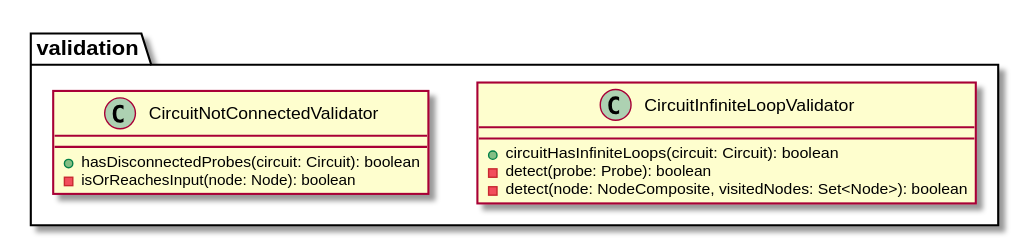
Before: docs/diagrams/build/dkdCoreValidation.svg, a diagram exported from PlantUML (stevenliebregt/avans-dp1-sirkwie). Source of this version:
```plantuml
@startuml

package validation {
    class CircuitInfiniteLoopValidator {
        +circuitHasInfiniteLoops(circuit: Circuit): boolean
        -detect(probe: Probe): boolean
        -detect(node: NodeComposite, visitedNodes: Set<Node>): boolean
    }

    class CircuitNotConnectedValidator {
        +hasDisconnectedProbes(circuit: Circuit): boolean
        -isOrReachesInput(node: Node): boolean
    }
}

@enduml
```
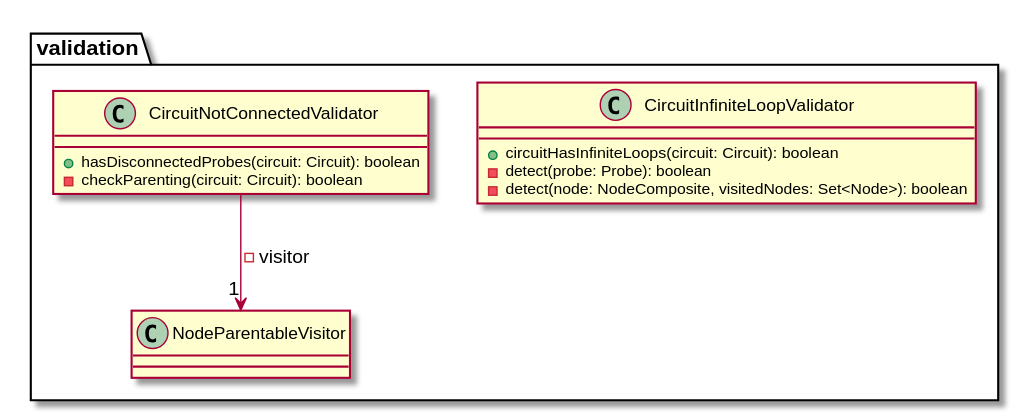
The same diagram one commit later.

Diff of the diagram source:
```diff
@@ -9,8 +9,9 @@
 
     class CircuitNotConnectedValidator {
         +hasDisconnectedProbes(circuit: Circuit): boolean
-        -isOrReachesInput(node: Node): boolean
+        -checkParenting(circuit: Circuit): boolean
     }
+    CircuitNotConnectedValidator --> "1" NodeParentableVisitor : -visitor
 }
 
 @enduml
```
